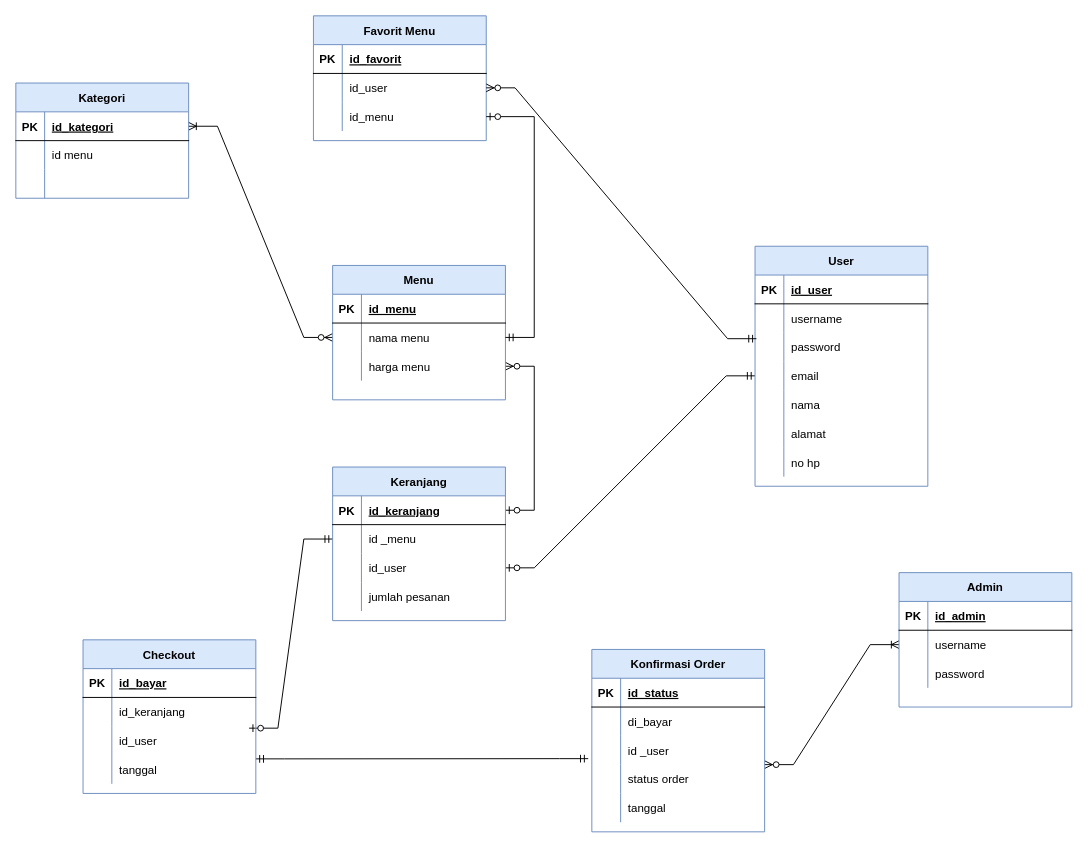
This is pertemuan3/Diagram OBurger.drawio from romijatmiko/IF214002, a draw.io file, before an edit. Source tidied: cells renumbered, new cells numbered last; positions are measured from the earlier drawing's top-left corner, leaving out a move shared by most shapes. Both pictures are drawn from the tidied source at 96%, with x=0, y=0 at pixel (15, 15).
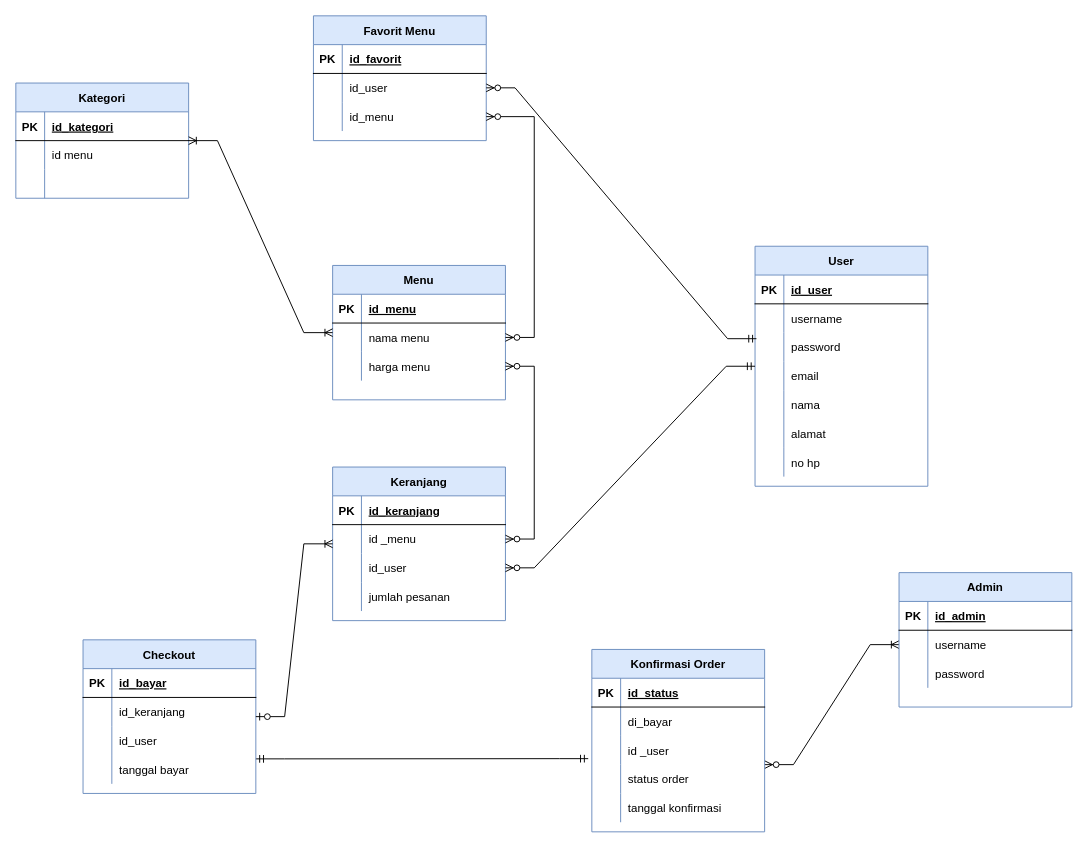
The same diagram, later.

Unchanged cells that the change refers to:
```xml
<mxCell id="8" value="Kategori" style="shape=table;startSize=30;childLayout=tableLayout;rowLines=0;fontStyle=1;align=center;fillColor=#dae8fc;strokeColor=#6c8ebf;" parent="1" vertex="1">
  <mxGeometry y="70" width="180" height="120" as="geometry" />
</mxCell>
<mxCell id="9" style="shape=tableRow;horizontal=0;startSize=0;swimlaneHead=0;swimlaneBody=0;fillColor=none;points=[[0,0.5],[1,0.5]];portConstraint=eastwest;top=0;left=0;right=0;bottom=1;" parent="8" vertex="1">
  <mxGeometry y="30" width="180" height="30" as="geometry" />
</mxCell>
<mxCell id="25" style="shape=tableRow;horizontal=0;startSize=0;swimlaneHead=0;swimlaneBody=0;fillColor=none;points=[[0,0.5],[1,0.5]];portConstraint=eastwest;top=0;left=0;right=0;bottom=0;" parent="18" vertex="1">
  <mxGeometry y="90" width="180" height="30" as="geometry" />
</mxCell>
<mxCell id="28" value="User" style="shape=table;startSize=30;childLayout=tableLayout;rowLines=0;fontStyle=1;align=center;fillColor=#dae8fc;strokeColor=#6c8ebf;" parent="1" vertex="1">
  <mxGeometry x="770" y="240" width="180" height="250" as="geometry" />
</mxCell>
<mxCell id="38" style="shape=tableRow;horizontal=0;startSize=0;swimlaneHead=0;swimlaneBody=0;fillColor=none;points=[[0,0.5],[1,0.5]];portConstraint=eastwest;top=0;left=0;right=0;bottom=0;" parent="28" vertex="1">
  <mxGeometry y="120" width="180" height="30" as="geometry" />
</mxCell>
<mxCell id="50" value="Menu" style="shape=table;startSize=30;childLayout=tableLayout;rowLines=0;fontStyle=1;align=center;fillColor=#dae8fc;strokeColor=#6c8ebf;" parent="1" vertex="1">
  <mxGeometry x="330" y="260" width="180" height="140" as="geometry" />
</mxCell>
<mxCell id="54" style="shape=tableRow;horizontal=0;startSize=0;swimlaneHead=0;swimlaneBody=0;fillColor=none;points=[[0,0.5],[1,0.5]];portConstraint=eastwest;top=0;left=0;right=0;bottom=0;" parent="50" vertex="1">
  <mxGeometry y="60" width="180" height="30" as="geometry" />
</mxCell>
<mxCell id="57" style="shape=tableRow;horizontal=0;startSize=0;swimlaneHead=0;swimlaneBody=0;fillColor=none;points=[[0,0.5],[1,0.5]];portConstraint=eastwest;top=0;left=0;right=0;bottom=0;" parent="50" vertex="1">
  <mxGeometry y="90" width="180" height="30" as="geometry" />
</mxCell>
<mxCell id="60" value="Keranjang" style="shape=table;startSize=30;childLayout=tableLayout;rowLines=0;fontStyle=1;align=center;fillColor=#dae8fc;strokeColor=#6c8ebf;" parent="1" vertex="1">
  <mxGeometry x="330" y="470" width="180" height="160" as="geometry" />
</mxCell>
<mxCell id="61" style="shape=tableRow;horizontal=0;startSize=0;swimlaneHead=0;swimlaneBody=0;fillColor=none;points=[[0,0.5],[1,0.5]];portConstraint=eastwest;top=0;left=0;right=0;bottom=1;" parent="60" vertex="1">
  <mxGeometry y="30" width="180" height="30" as="geometry" />
</mxCell>
<mxCell id="64" style="shape=tableRow;horizontal=0;startSize=0;swimlaneHead=0;swimlaneBody=0;fillColor=none;points=[[0,0.5],[1,0.5]];portConstraint=eastwest;top=0;left=0;right=0;bottom=0;" parent="60" vertex="1">
  <mxGeometry y="60" width="180" height="30" as="geometry" />
</mxCell>
<mxCell id="67" style="shape=tableRow;horizontal=0;startSize=0;swimlaneHead=0;swimlaneBody=0;fillColor=none;points=[[0,0.5],[1,0.5]];portConstraint=eastwest;top=0;left=0;right=0;bottom=0;" parent="60" vertex="1">
  <mxGeometry y="90" width="180" height="30" as="geometry" />
</mxCell>
<mxCell id="73" value="Checkout" style="shape=table;startSize=30;childLayout=tableLayout;rowLines=0;fontStyle=1;align=center;fillColor=#dae8fc;strokeColor=#6c8ebf;" parent="1" vertex="1">
  <mxGeometry x="70" y="650" width="180" height="160" as="geometry" />
</mxCell>
<mxCell id="80" style="shape=tableRow;horizontal=0;startSize=0;swimlaneHead=0;swimlaneBody=0;fillColor=none;points=[[0,0.5],[1,0.5]];portConstraint=eastwest;top=0;left=0;right=0;bottom=0;" parent="73" vertex="1">
  <mxGeometry y="90" width="180" height="30" as="geometry" />
</mxCell>
<mxCell id="83" style="shape=tableRow;horizontal=0;startSize=0;swimlaneHead=0;swimlaneBody=0;fillColor=none;points=[[0,0.5],[1,0.5]];portConstraint=eastwest;top=0;left=0;right=0;bottom=0;" parent="73" vertex="1">
  <mxGeometry y="120" width="180" height="30" as="geometry" />
</mxCell>
<mxCell id="99" style="shape=tableRow;horizontal=0;startSize=0;swimlaneHead=0;swimlaneBody=0;fillColor=none;top=0;left=0;right=0;bottom=0;" parent="86" vertex="1">
  <mxGeometry y="150" width="180" height="30" as="geometry" />
</mxCell>
```

Diff of the diagram source:
```diff
@@
-    <mxCell id="2" style="edgeStyle=entityRelationEdgeStyle;fontSize=12;html=1;endArrow=ERoneToMany;startArrow=ERzeroToMany;rounded=0;" parent="1" edge="1" source="54" target="9">
-      <mxGeometry relative="1" as="geometry" />
-    </mxCell>
-    <mxCell id="3" style="edgeStyle=entityRelationEdgeStyle;fontSize=12;html=1;endArrow=ERzeroToMany;startArrow=ERzeroToOne;rounded=0;exitX=1;exitY=0.5;exitDx=0;exitDy=0;" parent="1" edge="1" source="61" target="57">
-      <mxGeometry relative="1" as="geometry" />
-    </mxCell>
@@
-    <mxCell id="5" style="edgeStyle=entityRelationEdgeStyle;fontSize=12;html=1;endArrow=ERzeroToOne;startArrow=ERmandOne;rounded=0;" parent="1" edge="1" source="38" target="67">
-      <mxGeometry relative="1" as="geometry" />
-    </mxCell>
-    <mxCell id="6" style="edgeStyle=entityRelationEdgeStyle;fontSize=12;html=1;endArrow=ERzeroToOne;startArrow=ERmandOne;rounded=0;entryX=0.961;entryY=0.067;entryDx=0;entryDy=0;entryPerimeter=0;" parent="1" edge="1" source="64" target="80">
-      <mxGeometry relative="1" as="geometry" />
-    </mxCell>
@@
-    <mxCell id="85" value="tanggal" style="shape=partialRectangle;fillColor=none;top=0;left=0;bottom=0;right=0;align=left;spacingLeft=6;overflow=hidden;" parent="83" vertex="1">
+    <mxCell id="85" value="tanggal bayar" style="shape=partialRectangle;fillColor=none;top=0;left=0;bottom=0;right=0;align=left;spacingLeft=6;overflow=hidden;" parent="83" vertex="1">
       <mxGeometry x="30" width="150" height="30" as="geometry" />
     </mxCell>
@@
-    <mxCell id="101" value="tanggal" style="shape=partialRectangle;fillColor=none;top=0;left=0;bottom=0;right=0;align=left;spacingLeft=6;overflow=hidden;" parent="99" vertex="1">
+    <mxCell id="101" value="tanggal konfirmasi" style="shape=partialRectangle;fillColor=none;top=0;left=0;bottom=0;right=0;align=left;spacingLeft=6;overflow=hidden;" parent="99" vertex="1">
       <mxGeometry x="30" width="150" height="30" as="geometry" />
     </mxCell>
@@
+    <mxCell id="114" style="edgeStyle=entityRelationEdgeStyle;fontSize=12;html=1;endArrow=ERzeroToMany;startArrow=ERmandOne;rounded=0;" parent="1" edge="1" source="28" target="67">
+      <mxGeometry relative="1" as="geometry" />
+    </mxCell>
-    <mxCell id="113" style="edgeStyle=entityRelationEdgeStyle;fontSize=12;html=1;endArrow=ERzeroToOne;startArrow=ERmandOne;rounded=0;entryX=1;entryY=0.5;entryDx=0;entryDy=0;" parent="1" edge="1" source="54" target="25">
+    <mxCell id="113" style="edgeStyle=entityRelationEdgeStyle;fontSize=12;html=1;endArrow=ERzeroToMany;endFill=1;startArrow=ERzeroToMany;rounded=0;" parent="1" edge="1" source="54" target="25">
       <mxGeometry relative="1" as="geometry" />
     </mxCell>
+    <mxCell id="115" style="edgeStyle=entityRelationEdgeStyle;fontSize=12;html=1;endArrow=ERzeroToMany;endFill=1;startArrow=ERzeroToMany;rounded=0;" parent="1" edge="1" source="64" target="57">
+      <mxGeometry relative="1" as="geometry" />
+    </mxCell>
+    <mxCell id="116" style="edgeStyle=entityRelationEdgeStyle;fontSize=12;html=1;endArrow=ERoneToMany;startArrow=ERzeroToOne;rounded=0;" parent="1" edge="1" source="73" target="60">
+      <mxGeometry relative="1" as="geometry" />
+    </mxCell>
+    <mxCell id="117" style="edgeStyle=entityRelationEdgeStyle;fontSize=12;html=1;endArrow=ERoneToMany;startArrow=ERoneToMany;rounded=0;" parent="1" edge="1" source="8" target="50">
+      <mxGeometry relative="1" as="geometry" />
+    </mxCell>
```
